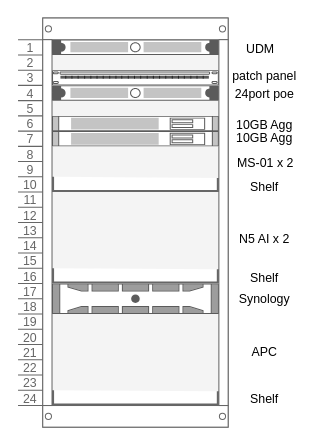
Above: page "Page-2" (2 of 2) of brxtnorg Diagram.drawio in phincanes/Diagrams (draw.io), before the change. Source tidied: cells renumbered, new cells numbered last; positions are measured from the earlier drawing's top-left corner, leaving out a move shared by most shapes. Both pictures are drawn from the tidied source at 103%, with x=0, y=0 at pixel (18, 18).
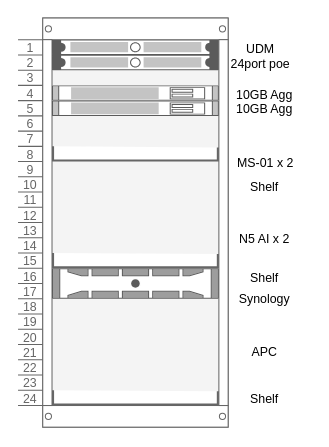
The same page after the edit.

Unchanged cells that the change refers to:
```xml
<mxCell id="2" style="strokeColor=#666666;html=1;verticalLabelPosition=bottom;labelBackgroundColor=#ffffff;verticalAlign=top;shadow=0;dashed=0;shape=mxgraph.rackGeneral.rackCabinet3;rackUnitSize=14.8;fillColor2=#f4f4f4;allowGaps=1;textColor=#666666;numDisp=ascend;" parent="1" vertex="1">
  <mxGeometry width="204" height="399" as="geometry" />
</mxCell>
```

Diff of the diagram source:
```diff
@@
-    <mxCell id="4" style="strokeColor=#666666;html=1;labelPosition=right;align=left;spacingLeft=15;shadow=0;dashed=0;shape=mxgraph.rack.general.cat5e_rack_mount_patch_panel_24_ports;" parent="2" vertex="1">
-      <mxGeometry x="33" y="50.6" width="162" height="14.8" as="geometry" />
-    </mxCell>
     <mxCell id="5" style="strokeColor=#666666;html=1;labelPosition=right;align=left;spacingLeft=15;shadow=0;dashed=0;shape=mxgraph.rack.general.1u_rack_server;" parent="2" vertex="1">
-      <mxGeometry x="33" y="65.4" width="162" height="14.8" as="geometry" />
+      <mxGeometry x="33" y="35.8" width="162" height="14.8" as="geometry" />
     </mxCell>
     <mxCell id="6" style="shape=mxgraph.rack.cisco.cisco_web_security_appliance_s170;html=1;labelPosition=right;align=left;spacingLeft=15;dashed=0;shadow=0;fillColor=#ffffff;" parent="2" vertex="1">
-      <mxGeometry x="33" y="95" width="162" height="14.8" as="geometry" />
+      <mxGeometry x="33" y="65.4" width="162" height="14.8" as="geometry" />
     </mxCell>
     <mxCell id="7" style="shape=mxgraph.rack.cisco.cisco_web_security_appliance_s170;html=1;labelPosition=right;align=left;spacingLeft=15;dashed=0;shadow=0;fillColor=#ffffff;" parent="2" vertex="1">
-      <mxGeometry x="33" y="109.8" width="162" height="14.8" as="geometry" />
+      <mxGeometry x="33" y="80.2" width="162" height="14.8" as="geometry" />
     </mxCell>
     <mxCell id="8" style="strokeColor=#666666;html=1;labelPosition=right;align=left;spacingLeft=15;shadow=0;dashed=0;shape=mxgraph.rackGeneral.shelf;" parent="2" vertex="1">
-      <mxGeometry x="33" y="154.2" width="162" height="14.8" as="geometry" />
+      <mxGeometry x="33" y="124.6" width="162" height="14.8" as="geometry" />
     </mxCell>
     <mxCell id="9" style="strokeColor=#666666;html=1;labelPosition=right;align=left;spacingLeft=15;shadow=0;dashed=0;shape=mxgraph.rackGeneral.shelf;" parent="2" vertex="1">
-      <mxGeometry x="33" y="243" width="162" height="14.8" as="geometry" />
+      <mxGeometry x="33" y="228.2" width="162" height="14.8" as="geometry" />
     </mxCell>
     <mxCell id="10" style="strokeColor=#666666;html=1;labelPosition=right;align=left;spacingLeft=15;shadow=0;dashed=0;shape=mxgraph.rack.dell.dell_poweredge_2u;" parent="2" vertex="1">
-      <mxGeometry x="33" y="257.8" width="162" height="29.6" as="geometry" />
+      <mxGeometry x="33" y="243" width="162" height="29.6" as="geometry" />
     </mxCell>
@@
     <mxCell id="17" value="10GB Agg" style="text;html=1;align=center;verticalAlign=middle;strokeColor=none;fillColor=none;" parent="1" vertex="1">
-      <mxGeometry x="199" y="102" width="80" height="30" as="geometry" />
+      <mxGeometry x="199" y="74" width="80" height="30" as="geometry" />
     </mxCell>
     <mxCell id="18" value="10GB Agg" style="text;html=1;align=center;verticalAlign=middle;strokeColor=none;fillColor=none;" parent="1" vertex="1">
-      <mxGeometry x="199" y="89" width="80" height="30" as="geometry" />
+      <mxGeometry x="199" y="60" width="80" height="30" as="geometry" />
     </mxCell>
-    <mxCell id="19" value="patch panel" style="text;html=1;align=center;verticalAlign=middle;strokeColor=none;fillColor=none;" parent="1" vertex="1">
-      <mxGeometry x="194" y="42" width="90" height="30" as="geometry" />
-    </mxCell>
     <mxCell id="20" value="24port poe" style="text;html=1;align=center;verticalAlign=middle;strokeColor=none;fillColor=none;" parent="1" vertex="1">
-      <mxGeometry x="199" y="59" width="80" height="30" as="geometry" />
+      <mxGeometry x="195" y="30" width="80" height="30" as="geometry" />
     </mxCell>
```
